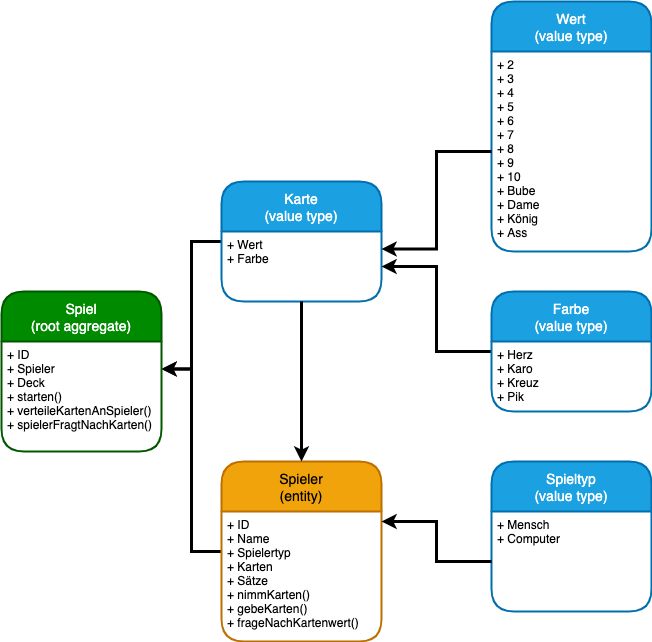
Earlier version of the draw.io export documentation/domain-model.drawio.png (larsgilles/GoFishCore). Source tidied: cells renumbered, new cells last; positions are measured from the earlier drawing's top-left corner, leaving out a move shared by most shapes. Source of this version:
```xml
<mxGraphModel>
  <root>
    <mxCell id="0" />
    <mxCell id="1" parent="0" />
    <mxCell id="2" style="edgeStyle=orthogonalEdgeStyle;rounded=0;jettySize=auto;html=1;entryX=1;entryY=0.25;entryDx=0;entryDy=0;strokeWidth=3;" parent="1" edge="1" source="3" target="11">
      <mxGeometry relative="1" as="geometry" />
    </mxCell>
    <mxCell id="3" value="Karte&#10;(value type)" style="swimlane;horizontal=1;startSize=50;rounded=1;fontSize=14;fontStyle=0;strokeWidth=2;shadow=0;dashed=0;align=center;fillColor=#1ba1e2;strokeColor=#006EAF;fontColor=#ffffff;" parent="1" vertex="1">
      <mxGeometry x="220" y="180" width="160" height="120" as="geometry" />
    </mxCell>
    <mxCell id="4" value="+ Wert&#10;+ Farbe" style="align=left;strokeColor=none;fillColor=none;spacingLeft=4;fontSize=12;verticalAlign=top;" parent="3" vertex="1">
      <mxGeometry y="50" width="160" height="70" as="geometry" />
    </mxCell>
    <mxCell id="5" style="edgeStyle=orthogonalEdgeStyle;rounded=0;jettySize=auto;html=1;entryX=1;entryY=0.25;entryDx=0;entryDy=0;strokeWidth=3;" parent="1" edge="1" source="6" target="11">
      <mxGeometry relative="1" as="geometry" />
    </mxCell>
    <mxCell id="6" value="Spieler&#10;(entity)" style="swimlane;horizontal=1;startSize=50;rounded=1;fontSize=14;fontStyle=0;strokeWidth=2;shadow=0;dashed=0;align=center;fillColor=#f0a30a;strokeColor=#BD7000;fontColor=#000000;" parent="1" vertex="1">
      <mxGeometry x="220" y="460" width="160" height="180" as="geometry" />
    </mxCell>
    <mxCell id="7" value="+ ID&#10;+ Name&#10;+ Spielertyp&#10;+ Karten&#10;+ Sätze&#10;+ nimmKarten()&#10;+ gebeKarten()&#10;+ frageNachKartenwert()" style="align=left;strokeColor=none;fillColor=none;spacingLeft=4;fontSize=12;verticalAlign=top;" parent="6" vertex="1">
      <mxGeometry y="50" width="160" height="130" as="geometry" />
    </mxCell>
    <mxCell id="8" value="Spieltyp&#10;(value type)" style="swimlane;horizontal=1;startSize=50;rounded=1;fontSize=14;fontStyle=0;strokeWidth=2;shadow=0;dashed=0;align=center;fillColor=#1ba1e2;strokeColor=#006EAF;fontColor=#ffffff;" parent="1" vertex="1">
      <mxGeometry x="490" y="460" width="160" height="150" as="geometry" />
    </mxCell>
    <mxCell id="9" value="+ Mensch&#10;+ Computer" style="align=left;strokeColor=none;fillColor=none;spacingLeft=4;fontSize=12;verticalAlign=top;" parent="8" vertex="1">
      <mxGeometry y="50" width="160" height="100" as="geometry" />
    </mxCell>
    <mxCell id="10" value="Spiel&#10;(root aggregate)" style="swimlane;horizontal=1;startSize=50;rounded=1;fontSize=14;fontStyle=0;strokeWidth=2;shadow=0;dashed=0;align=center;fillColor=#008a00;strokeColor=#005700;fontColor=#ffffff;" parent="1" vertex="1">
      <mxGeometry y="290" width="160" height="160" as="geometry" />
    </mxCell>
    <mxCell id="11" value="+ ID&#10;+ Spieler&#10;+ Deck&#10;+ starten()&#10;+ verteileKartenAnSpieler()&#10;+ spielerFragtNachKarten()" style="align=left;strokeColor=none;fillColor=none;spacingLeft=4;fontSize=12;verticalAlign=top;" parent="10" vertex="1">
      <mxGeometry y="50" width="160" height="110" as="geometry" />
    </mxCell>
    <mxCell id="12" value="Wert&#10;(value type)" style="swimlane;horizontal=1;startSize=50;rounded=1;fontSize=14;fontStyle=0;strokeWidth=2;shadow=0;dashed=0;align=center;fillColor=#1ba1e2;strokeColor=#006EAF;fontColor=#ffffff;" parent="1" vertex="1">
      <mxGeometry x="490" width="160" height="250" as="geometry" />
    </mxCell>
    <mxCell id="13" value="+ 2&#10;+ 3&#10;+ 4&#10;+ 5&#10;+ 6&#10;+ 7&#10;+ 8&#10;+ 9&#10;+ 10&#10;+ Bube&#10;+ Dame&#10;+ König&#10;+ Ass" style="align=left;strokeColor=none;fillColor=none;spacingLeft=4;fontSize=12;verticalAlign=top;" parent="12" vertex="1">
      <mxGeometry y="50" width="160" height="200" as="geometry" />
    </mxCell>
    <mxCell id="14" style="edgeStyle=orthogonalEdgeStyle;rounded=0;jettySize=auto;html=1;strokeWidth=3;" parent="1" edge="1" source="15" target="4">
      <mxGeometry relative="1" as="geometry" />
    </mxCell>
    <mxCell id="15" value="Farbe&#10;(value type)" style="swimlane;horizontal=1;startSize=50;rounded=1;fontSize=14;fontStyle=0;strokeWidth=2;shadow=0;dashed=0;align=center;fillColor=#1ba1e2;strokeColor=#006EAF;fontColor=#ffffff;" parent="1" vertex="1">
      <mxGeometry x="490" y="290" width="160" height="120" as="geometry" />
    </mxCell>
    <mxCell id="16" value="+ Herz&#10;+ Karo&#10;+ Kreuz&#10;+ Pik" style="align=left;strokeColor=none;fillColor=none;spacingLeft=4;fontSize=12;verticalAlign=top;" parent="15" vertex="1">
      <mxGeometry y="50" width="160" height="70" as="geometry" />
    </mxCell>
    <mxCell id="17" style="edgeStyle=orthogonalEdgeStyle;rounded=0;jettySize=auto;html=1;strokeWidth=3;entryX=0.5;entryY=0;entryDx=0;entryDy=0;" parent="1" edge="1" source="4" target="6">
      <mxGeometry relative="1" as="geometry" />
    </mxCell>
    <mxCell id="18" style="edgeStyle=orthogonalEdgeStyle;rounded=0;jettySize=auto;html=1;entryX=1;entryY=0.25;entryDx=0;entryDy=0;strokeWidth=3;" parent="1" edge="1" source="13" target="4">
      <mxGeometry relative="1" as="geometry" />
    </mxCell>
    <mxCell id="19" style="edgeStyle=orthogonalEdgeStyle;rounded=0;jettySize=auto;html=1;strokeWidth=3;" parent="1" edge="1" source="9">
      <mxGeometry relative="1" as="geometry">
        <mxPoint x="380" y="520" as="targetPoint" />
      </mxGeometry>
    </mxCell>
  </root>
</mxGraphModel>
```
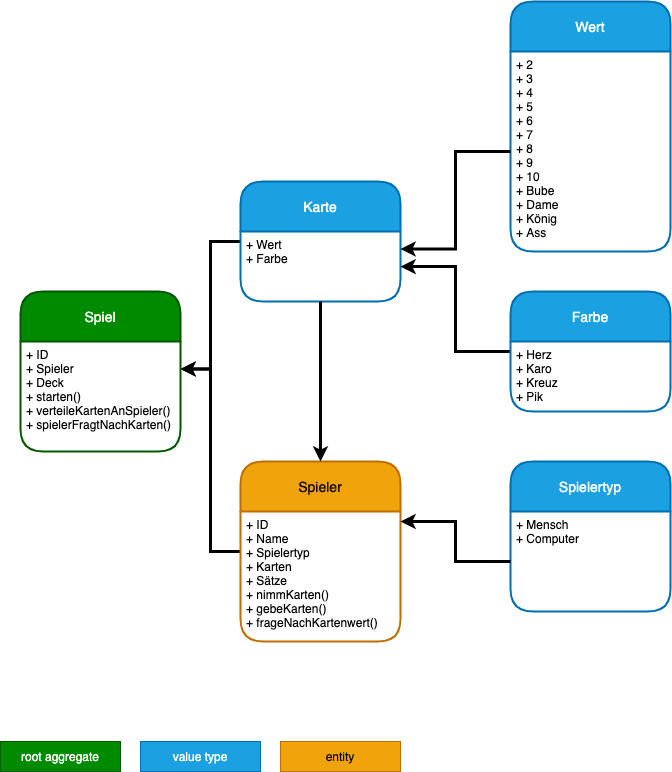
The same diagram one commit later.

Commit message:
Legende zu domain model hinzugefügt

Change to the diagram source:
```diff
@@ -5,7 +5,7 @@
     <mxCell id="2" style="edgeStyle=orthogonalEdgeStyle;rounded=0;jettySize=auto;html=1;entryX=1;entryY=0.25;entryDx=0;entryDy=0;strokeWidth=3;" parent="1" edge="1" source="3" target="11">
       <mxGeometry relative="1" as="geometry" />
     </mxCell>
-    <mxCell id="3" value="Karte&#10;(value type)" style="swimlane;horizontal=1;startSize=50;rounded=1;fontSize=14;fontStyle=0;strokeWidth=2;shadow=0;dashed=0;align=center;fillColor=#1ba1e2;strokeColor=#006EAF;fontColor=#ffffff;" parent="1" vertex="1">
+    <mxCell id="3" value="Karte" style="swimlane;horizontal=1;startSize=50;rounded=1;fontSize=14;fontStyle=0;strokeWidth=2;shadow=0;dashed=0;align=center;fillColor=#1ba1e2;strokeColor=#006EAF;fontColor=#ffffff;" parent="1" vertex="1">
       <mxGeometry x="220" y="180" width="160" height="120" as="geometry" />
     </mxCell>
     <mxCell id="4" value="+ Wert&#10;+ Farbe" style="align=left;strokeColor=none;fillColor=none;spacingLeft=4;fontSize=12;verticalAlign=top;" parent="3" vertex="1">
@@ -14,25 +14,25 @@
     <mxCell id="5" style="edgeStyle=orthogonalEdgeStyle;rounded=0;jettySize=auto;html=1;entryX=1;entryY=0.25;entryDx=0;entryDy=0;strokeWidth=3;" parent="1" edge="1" source="6" target="11">
       <mxGeometry relative="1" as="geometry" />
     </mxCell>
-    <mxCell id="6" value="Spieler&#10;(entity)" style="swimlane;horizontal=1;startSize=50;rounded=1;fontSize=14;fontStyle=0;strokeWidth=2;shadow=0;dashed=0;align=center;fillColor=#f0a30a;strokeColor=#BD7000;fontColor=#000000;" parent="1" vertex="1">
+    <mxCell id="6" value="Spieler" style="swimlane;horizontal=1;startSize=50;rounded=1;fontSize=14;fontStyle=0;strokeWidth=2;shadow=0;dashed=0;align=center;fillColor=#f0a30a;strokeColor=#BD7000;fontColor=#000000;" parent="1" vertex="1">
       <mxGeometry x="220" y="460" width="160" height="180" as="geometry" />
     </mxCell>
     <mxCell id="7" value="+ ID&#10;+ Name&#10;+ Spielertyp&#10;+ Karten&#10;+ Sätze&#10;+ nimmKarten()&#10;+ gebeKarten()&#10;+ frageNachKartenwert()" style="align=left;strokeColor=none;fillColor=none;spacingLeft=4;fontSize=12;verticalAlign=top;" parent="6" vertex="1">
       <mxGeometry y="50" width="160" height="130" as="geometry" />
     </mxCell>
-    <mxCell id="8" value="Spieltyp&#10;(value type)" style="swimlane;horizontal=1;startSize=50;rounded=1;fontSize=14;fontStyle=0;strokeWidth=2;shadow=0;dashed=0;align=center;fillColor=#1ba1e2;strokeColor=#006EAF;fontColor=#ffffff;" parent="1" vertex="1">
+    <mxCell id="8" value="Spielertyp" style="swimlane;horizontal=1;startSize=50;rounded=1;fontSize=14;fontStyle=0;strokeWidth=2;shadow=0;dashed=0;align=center;fillColor=#1ba1e2;strokeColor=#006EAF;fontColor=#ffffff;" parent="1" vertex="1">
       <mxGeometry x="490" y="460" width="160" height="150" as="geometry" />
     </mxCell>
     <mxCell id="9" value="+ Mensch&#10;+ Computer" style="align=left;strokeColor=none;fillColor=none;spacingLeft=4;fontSize=12;verticalAlign=top;" parent="8" vertex="1">
       <mxGeometry y="50" width="160" height="100" as="geometry" />
     </mxCell>
-    <mxCell id="10" value="Spiel&#10;(root aggregate)" style="swimlane;horizontal=1;startSize=50;rounded=1;fontSize=14;fontStyle=0;strokeWidth=2;shadow=0;dashed=0;align=center;fillColor=#008a00;strokeColor=#005700;fontColor=#ffffff;" parent="1" vertex="1">
+    <mxCell id="10" value="Spiel" style="swimlane;horizontal=1;startSize=50;rounded=1;fontSize=14;fontStyle=0;strokeWidth=2;shadow=0;dashed=0;align=center;fillColor=#008a00;strokeColor=#005700;fontColor=#ffffff;" parent="1" vertex="1">
       <mxGeometry y="290" width="160" height="160" as="geometry" />
     </mxCell>
     <mxCell id="11" value="+ ID&#10;+ Spieler&#10;+ Deck&#10;+ starten()&#10;+ verteileKartenAnSpieler()&#10;+ spielerFragtNachKarten()" style="align=left;strokeColor=none;fillColor=none;spacingLeft=4;fontSize=12;verticalAlign=top;" parent="10" vertex="1">
       <mxGeometry y="50" width="160" height="110" as="geometry" />
     </mxCell>
-    <mxCell id="12" value="Wert&#10;(value type)" style="swimlane;horizontal=1;startSize=50;rounded=1;fontSize=14;fontStyle=0;strokeWidth=2;shadow=0;dashed=0;align=center;fillColor=#1ba1e2;strokeColor=#006EAF;fontColor=#ffffff;" parent="1" vertex="1">
+    <mxCell id="12" value="Wert" style="swimlane;horizontal=1;startSize=50;rounded=1;fontSize=14;fontStyle=0;strokeWidth=2;shadow=0;dashed=0;align=center;fillColor=#1ba1e2;strokeColor=#006EAF;fontColor=#ffffff;" parent="1" vertex="1">
       <mxGeometry x="490" width="160" height="250" as="geometry" />
     </mxCell>
     <mxCell id="13" value="+ 2&#10;+ 3&#10;+ 4&#10;+ 5&#10;+ 6&#10;+ 7&#10;+ 8&#10;+ 9&#10;+ 10&#10;+ Bube&#10;+ Dame&#10;+ König&#10;+ Ass" style="align=left;strokeColor=none;fillColor=none;spacingLeft=4;fontSize=12;verticalAlign=top;" parent="12" vertex="1">
@@ -41,7 +41,7 @@
     <mxCell id="14" style="edgeStyle=orthogonalEdgeStyle;rounded=0;jettySize=auto;html=1;strokeWidth=3;" parent="1" edge="1" source="15" target="4">
       <mxGeometry relative="1" as="geometry" />
     </mxCell>
-    <mxCell id="15" value="Farbe&#10;(value type)" style="swimlane;horizontal=1;startSize=50;rounded=1;fontSize=14;fontStyle=0;strokeWidth=2;shadow=0;dashed=0;align=center;fillColor=#1ba1e2;strokeColor=#006EAF;fontColor=#ffffff;" parent="1" vertex="1">
+    <mxCell id="15" value="Farbe" style="swimlane;horizontal=1;startSize=50;rounded=1;fontSize=14;fontStyle=0;strokeWidth=2;shadow=0;dashed=0;align=center;fillColor=#1ba1e2;strokeColor=#006EAF;fontColor=#ffffff;" parent="1" vertex="1">
       <mxGeometry x="490" y="290" width="160" height="120" as="geometry" />
     </mxCell>
     <mxCell id="16" value="+ Herz&#10;+ Karo&#10;+ Kreuz&#10;+ Pik" style="align=left;strokeColor=none;fillColor=none;spacingLeft=4;fontSize=12;verticalAlign=top;" parent="15" vertex="1">
@@ -58,5 +58,14 @@
         <mxPoint x="380" y="520" as="targetPoint" />
       </mxGeometry>
     </mxCell>
+    <mxCell id="20" value="root aggregate" style="rounded=0;whiteSpace=wrap;html=1;fillColor=#008a00;strokeColor=#005700;fontColor=#ffffff;" parent="1" vertex="1">
+      <mxGeometry x="-20" y="740" width="120" height="30" as="geometry" />
+    </mxCell>
+    <mxCell id="21" value="value type" style="rounded=0;whiteSpace=wrap;html=1;fillColor=#1ba1e2;strokeColor=#006EAF;fontColor=#ffffff;" parent="1" vertex="1">
+      <mxGeometry x="120" y="740" width="120" height="30" as="geometry" />
+    </mxCell>
+    <mxCell id="22" value="entity" style="rounded=0;whiteSpace=wrap;html=1;fillColor=#f0a30a;strokeColor=#BD7000;fontColor=#000000;" parent="1" vertex="1">
+      <mxGeometry x="260" y="740" width="120" height="30" as="geometry" />
+    </mxCell>
   </root>
 </mxGraphModel>
```
